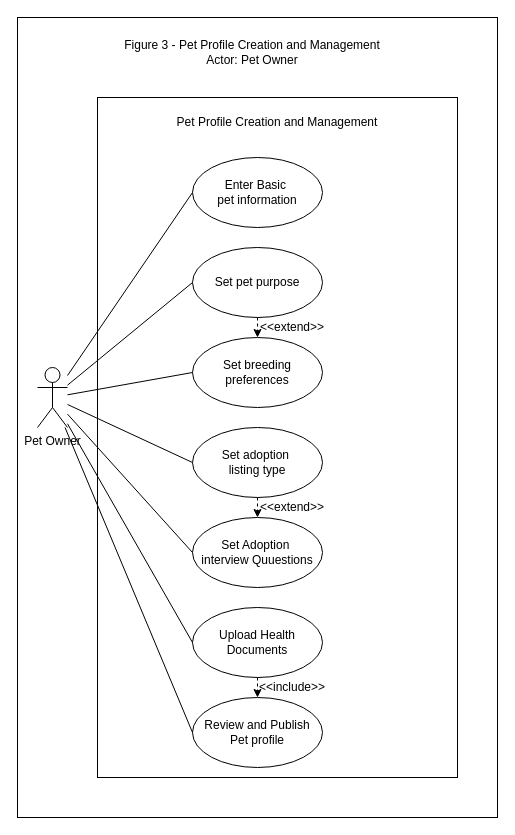
Before: page "Figure 3" (3 of 10) of USE-CASE_Diagram_Franco.drawio in Chels013/Breedr-Diagrams, a draw.io diagram. Source tidied: cells renumbered, new cells numbered last; positions are measured from the earlier drawing's top-left corner, leaving out a move shared by most shapes. Both pictures are drawn from the tidied source at 100%, with x=0, y=0 at pixel (17, 17).
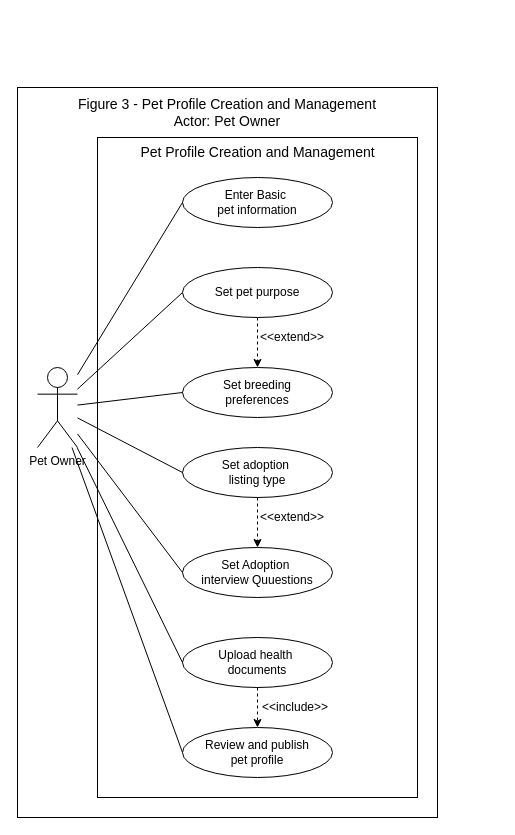
The same diagram, later.

Commit message (it also covers changes not shown here):
i revised the figure 1, Account Registration And Authentication

Change to the diagram source:
```diff
@@
     <mxCell id="2" style="rounded=0;whiteSpace=wrap;html=1;align=center;verticalAlign=middle;fontFamily=Helvetica;fontSize=12;fontColor=default;fillColor=none;gradientColor=none;" parent="1" vertex="1">
-      <mxGeometry width="480" height="800" as="geometry" />
+      <mxGeometry y="70" width="420" height="730" as="geometry" />
     </mxCell>
     <mxCell id="3" style="rounded=0;whiteSpace=wrap;html=1;align=center;verticalAlign=middle;fontFamily=Helvetica;fontSize=12;fontColor=default;fillColor=none;gradientColor=none;" parent="1" vertex="1">
-      <mxGeometry x="80" y="80" width="360" height="680" as="geometry" />
+      <mxGeometry x="80" y="120" width="320" height="660" as="geometry" />
     </mxCell>
-    <mxCell id="4" value="Figure 3 - Pet Profile Creation and Management&lt;div&gt;Actor: Pet Owner&lt;/div&gt;" style="text;html=1;align=center;verticalAlign=middle;whiteSpace=wrap;rounded=0;fontFamily=Helvetica;fontSize=12;fontColor=default;" parent="1" vertex="1">
-      <mxGeometry x="100" y="20" width="270" height="30" as="geometry" />
+    <mxCell id="4" value="Figure 3 - Pet Profile Creation and Management&lt;div&gt;Actor: Pet Owner&lt;/div&gt;" style="text;html=1;align=center;verticalAlign=middle;whiteSpace=wrap;rounded=0;fontFamily=Helvetica;fontSize=14;fontColor=default;" parent="1" vertex="1">
+      <mxGeometry x="45" y="80" width="330" height="30" as="geometry" />
     </mxCell>
-    <mxCell id="5" value="&lt;span style=&quot;color: rgb(0, 0, 0);&quot;&gt;Pet Profile Creation and Management&lt;/span&gt;" style="text;html=1;align=center;verticalAlign=middle;whiteSpace=wrap;rounded=0;fontFamily=Helvetica;fontSize=12;fontColor=default;" parent="1" vertex="1">
-      <mxGeometry x="155" y="90" width="210" height="30" as="geometry" />
+    <mxCell id="5" value="&lt;span style=&quot;color: rgb(0, 0, 0);&quot;&gt;Pet Profile Creation and Management&lt;/span&gt;" style="text;html=1;align=center;verticalAlign=middle;whiteSpace=wrap;rounded=0;fontFamily=Helvetica;fontSize=14;fontColor=default;" parent="1" vertex="1">
+      <mxGeometry x="112.5" y="120" width="255" height="30" as="geometry" />
     </mxCell>
     <mxCell id="6" value="Pet Owner" style="shape=umlActor;verticalLabelPosition=bottom;verticalAlign=top;html=1;outlineConnect=0;rounded=0;align=center;fontFamily=Helvetica;fontSize=12;fontColor=default;fillColor=none;gradientColor=none;" parent="1" vertex="1">
-      <mxGeometry x="20" y="350" width="30" height="60" as="geometry" />
+      <mxGeometry x="20" y="350" width="40" height="80" as="geometry" />
     </mxCell>
     <mxCell id="7" value="Enter Basic&amp;nbsp;&lt;div&gt;pet information&lt;/div&gt;" style="ellipse;whiteSpace=wrap;html=1;rounded=0;align=center;verticalAlign=middle;fontFamily=Helvetica;fontSize=12;fontColor=default;fillColor=none;gradientColor=none;" parent="1" vertex="1">
-      <mxGeometry x="175" y="140" width="130" height="70" as="geometry" />
+      <mxGeometry x="165" y="160" width="150" height="50" as="geometry" />
     </mxCell>
     <mxCell id="8" value="Set pet purpose" style="ellipse;whiteSpace=wrap;html=1;rounded=0;align=center;verticalAlign=middle;fontFamily=Helvetica;fontSize=12;fontColor=default;fillColor=none;gradientColor=none;" parent="1" vertex="1">
-      <mxGeometry x="175" y="230" width="130" height="70" as="geometry" />
+      <mxGeometry x="165" y="250" width="150" height="50" as="geometry" />
     </mxCell>
     <mxCell id="9" value="Set breeding&lt;div&gt;preferences&lt;/div&gt;" style="ellipse;whiteSpace=wrap;html=1;rounded=0;align=center;verticalAlign=middle;fontFamily=Helvetica;fontSize=12;fontColor=default;fillColor=none;gradientColor=none;" parent="1" vertex="1">
-      <mxGeometry x="175" y="320" width="130" height="70" as="geometry" />
+      <mxGeometry x="165" y="350" width="150" height="50" as="geometry" />
     </mxCell>
     <mxCell id="10" value="Set adoption&amp;nbsp;&lt;div&gt;listing type&lt;/div&gt;" style="ellipse;whiteSpace=wrap;html=1;rounded=0;align=center;verticalAlign=middle;fontFamily=Helvetica;fontSize=12;fontColor=default;fillColor=none;gradientColor=none;" parent="1" vertex="1">
-      <mxGeometry x="175" y="410" width="130" height="70" as="geometry" />
+      <mxGeometry x="165" y="430" width="150" height="50" as="geometry" />
     </mxCell>
     <mxCell id="11" value="Set Adoption&amp;nbsp;&lt;div&gt;interview Quuestions&lt;/div&gt;" style="ellipse;whiteSpace=wrap;html=1;rounded=0;align=center;verticalAlign=middle;fontFamily=Helvetica;fontSize=12;fontColor=default;fillColor=none;gradientColor=none;" parent="1" vertex="1">
-      <mxGeometry x="175" y="500" width="130" height="70" as="geometry" />
+      <mxGeometry x="165" y="530" width="150" height="50" as="geometry" />
     </mxCell>
-    <mxCell id="12" value="Upload Health Documents" style="ellipse;whiteSpace=wrap;html=1;rounded=0;align=center;verticalAlign=middle;fontFamily=Helvetica;fontSize=12;fontColor=default;fillColor=none;gradientColor=none;" parent="1" vertex="1">
-      <mxGeometry x="175" y="590" width="130" height="70" as="geometry" />
+    <mxCell id="12" value="Upload health&amp;nbsp;&lt;div&gt;documents&lt;/div&gt;" style="ellipse;whiteSpace=wrap;html=1;rounded=0;align=center;verticalAlign=middle;fontFamily=Helvetica;fontSize=12;fontColor=default;fillColor=none;gradientColor=none;" parent="1" vertex="1">
+      <mxGeometry x="165" y="620" width="150" height="50" as="geometry" />
     </mxCell>
-    <mxCell id="13" value="Review and Publish&lt;div&gt;Pet profile&lt;/div&gt;" style="ellipse;whiteSpace=wrap;html=1;rounded=0;align=center;verticalAlign=middle;fontFamily=Helvetica;fontSize=12;fontColor=default;fillColor=none;gradientColor=none;" parent="1" vertex="1">
-      <mxGeometry x="175" y="680" width="130" height="70" as="geometry" />
+    <mxCell id="13" value="Review and publish&lt;div&gt;pet profile&lt;/div&gt;" style="ellipse;whiteSpace=wrap;html=1;rounded=0;align=center;verticalAlign=middle;fontFamily=Helvetica;fontSize=12;fontColor=default;fillColor=none;gradientColor=none;" parent="1" vertex="1">
+      <mxGeometry x="165" y="710" width="150" height="50" as="geometry" />
     </mxCell>
@@
     <mxCell id="24" value="&amp;lt;&amp;lt;extend&amp;gt;&amp;gt;" style="text;html=1;align=center;verticalAlign=middle;whiteSpace=wrap;rounded=0;fontFamily=Helvetica;fontSize=12;fontColor=default;" parent="1" vertex="1">
-      <mxGeometry x="245" y="300" width="60" height="20" as="geometry" />
+      <mxGeometry x="245" y="310" width="60" height="20" as="geometry" />
     </mxCell>
     <mxCell id="25" value="&amp;lt;&amp;lt;extend&amp;gt;&amp;gt;" style="text;html=1;align=center;verticalAlign=middle;whiteSpace=wrap;rounded=0;fontFamily=Helvetica;fontSize=12;fontColor=default;" parent="1" vertex="1">
-      <mxGeometry x="245" y="480" width="60" height="20" as="geometry" />
+      <mxGeometry x="245" y="490" width="60" height="20" as="geometry" />
     </mxCell>
     <mxCell id="26" value="&amp;lt;&amp;lt;include&amp;gt;&amp;gt;" style="text;html=1;align=center;verticalAlign=middle;whiteSpace=wrap;rounded=0;fontFamily=Helvetica;fontSize=12;fontColor=default;" parent="1" vertex="1">
-      <mxGeometry x="245" y="660" width="60" height="20" as="geometry" />
+      <mxGeometry x="241" y="680" width="74" height="20" as="geometry" />
     </mxCell>
```
